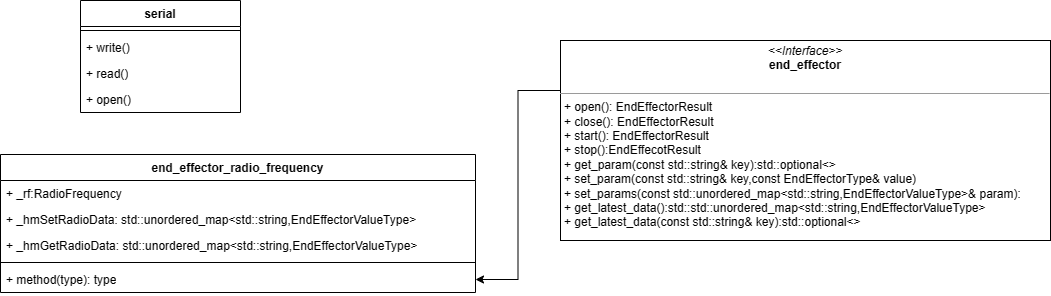
Above: 理疗/理疗头类图.drawio.png in Durpe/Drawio (draw.io), before the change. Source tidied: cells renumbered, new cells last; positions are measured from the earlier drawing's top-left corner, leaving out a move shared by most shapes. Its diagram source:
```xml
<mxGraphModel>
  <root>
    <mxCell id="0" />
    <mxCell id="1" parent="0" />
    <mxCell id="2" value="serial" style="swimlane;fontStyle=1;align=center;verticalAlign=top;horizontal=1;startSize=26;whiteSpace=wrap;html=1;" parent="1" vertex="1">
      <mxGeometry x="80" width="160" height="112" as="geometry" />
    </mxCell>
    <mxCell id="3" style="line;strokeWidth=1;fillColor=none;align=left;verticalAlign=middle;spacingTop=-1;spacingLeft=3;spacingRight=3;labelPosition=right;strokeColor=inherit;" parent="2" vertex="1">
      <mxGeometry y="26" width="160" height="8" as="geometry" />
    </mxCell>
    <mxCell id="4" value="+ write()" style="text;strokeColor=none;fillColor=none;align=left;verticalAlign=top;spacingLeft=4;spacingRight=4;overflow=hidden;whiteSpace=wrap;html=1;" parent="2" vertex="1">
      <mxGeometry y="34" width="160" height="26" as="geometry" />
    </mxCell>
    <mxCell id="5" value="+ read()" style="text;strokeColor=none;fillColor=none;align=left;verticalAlign=top;spacingLeft=4;spacingRight=4;overflow=hidden;whiteSpace=wrap;html=1;" parent="2" vertex="1">
      <mxGeometry y="60" width="160" height="26" as="geometry" />
    </mxCell>
    <mxCell id="6" value="+ open()" style="text;strokeColor=none;fillColor=none;align=left;verticalAlign=top;spacingLeft=4;spacingRight=4;overflow=hidden;whiteSpace=wrap;html=1;" parent="2" vertex="1">
      <mxGeometry y="86" width="160" height="26" as="geometry" />
    </mxCell>
    <mxCell id="7" value="end_effector_radio_frequency" style="swimlane;fontStyle=1;align=center;verticalAlign=top;horizontal=1;startSize=26;whiteSpace=wrap;html=1;" parent="1" vertex="1">
      <mxGeometry y="154" width="475" height="138" as="geometry" />
    </mxCell>
    <mxCell id="8" value="+ _rf:RadioFrequency" style="text;strokeColor=none;fillColor=none;align=left;verticalAlign=top;spacingLeft=4;spacingRight=4;overflow=hidden;whiteSpace=wrap;html=1;" parent="7" vertex="1">
      <mxGeometry y="26" width="475" height="26" as="geometry" />
    </mxCell>
    <mxCell id="9" value="+ _hmSetRadioData: std::unordered_map&amp;lt;std::string,EndEffectorValueType&amp;gt;" style="text;strokeColor=none;fillColor=none;align=left;verticalAlign=top;spacingLeft=4;spacingRight=4;overflow=hidden;whiteSpace=wrap;html=1;" parent="7" vertex="1">
      <mxGeometry y="52" width="475" height="26" as="geometry" />
    </mxCell>
    <mxCell id="10" value="+ _hmGetRadioData: std::unordered_map&amp;lt;std::string,EndEffectorValueType&amp;gt;" style="text;strokeColor=none;fillColor=none;align=left;verticalAlign=top;spacingLeft=4;spacingRight=4;overflow=hidden;whiteSpace=wrap;html=1;" parent="7" vertex="1">
      <mxGeometry y="78" width="475" height="26" as="geometry" />
    </mxCell>
    <mxCell id="11" style="line;strokeWidth=1;fillColor=none;align=left;verticalAlign=middle;spacingTop=-1;spacingLeft=3;spacingRight=3;labelPosition=right;strokeColor=inherit;" parent="7" vertex="1">
      <mxGeometry y="104" width="475" height="8" as="geometry" />
    </mxCell>
    <mxCell id="12" value="+ method(type): type" style="text;strokeColor=none;fillColor=none;align=left;verticalAlign=top;spacingLeft=4;spacingRight=4;overflow=hidden;points=[[0,0.5],[1,0.5]];portConstraint=eastwest;whiteSpace=wrap;html=1;" parent="7" vertex="1">
      <mxGeometry y="112" width="475" height="26" as="geometry" />
    </mxCell>
    <mxCell id="13" style="edgeStyle=orthogonalEdgeStyle;rounded=0;jettySize=auto;html=1;exitX=0;exitY=0.25;exitDx=0;exitDy=0;entryX=1;entryY=0.5;entryDx=0;entryDy=0;" parent="1" edge="1" source="14" target="12">
      <mxGeometry relative="1" as="geometry" />
    </mxCell>
    <mxCell id="14" value="&lt;p style=&quot;margin:0px;margin-top:4px;text-align:center;&quot;&gt;&lt;i&gt;&amp;lt;&amp;lt;Interface&amp;gt;&amp;gt;&lt;/i&gt;&lt;br&gt;&lt;b&gt;end_effector&lt;/b&gt;&lt;/p&gt;&lt;p style=&quot;margin:0px;margin-left:4px;&quot;&gt;&lt;br&gt;&lt;/p&gt;&lt;hr size=&quot;1&quot;&gt;&lt;p style=&quot;margin:0px;margin-left:4px;&quot;&gt;+ open(): EndEffectorResult&lt;br&gt;+ close(): EndEffectorResult&lt;/p&gt;&lt;p style=&quot;margin:0px;margin-left:4px;&quot;&gt;+ start(): EndEffectorResult&lt;/p&gt;&lt;p style=&quot;margin:0px;margin-left:4px;&quot;&gt;+ stop():EndEffecotResult&lt;/p&gt;&lt;p style=&quot;margin:0px;margin-left:4px;&quot;&gt;+ get_param(const std::string&amp;amp; key):std::optional&amp;lt;&amp;gt;&lt;/p&gt;&lt;p style=&quot;margin:0px;margin-left:4px;&quot;&gt;+ set_param(const std::string&amp;amp; key,const EndEffectorType&amp;amp; value)&lt;/p&gt;&lt;p style=&quot;margin:0px;margin-left:4px;&quot;&gt;+ set_params(const std::unordered_map&amp;lt;std::string,EndEffectorValueType&amp;gt;&amp;amp; param):&lt;/p&gt;&lt;p style=&quot;margin:0px;margin-left:4px;&quot;&gt;+ get_latest_data():std::std::unordered_map&amp;lt;std::string,EndEffectorValueType&amp;gt;&lt;/p&gt;&lt;p style=&quot;margin:0px;margin-left:4px;&quot;&gt;+ get_latest_data(const std::string&amp;amp; key):std::optional&amp;lt;&amp;gt;&lt;/p&gt;" style="verticalAlign=top;align=left;overflow=fill;fontSize=12;fontFamily=Helvetica;html=1;whiteSpace=wrap;" parent="1" vertex="1">
      <mxGeometry x="560" y="40" width="490" height="200" as="geometry" />
    </mxCell>
  </root>
</mxGraphModel>
```
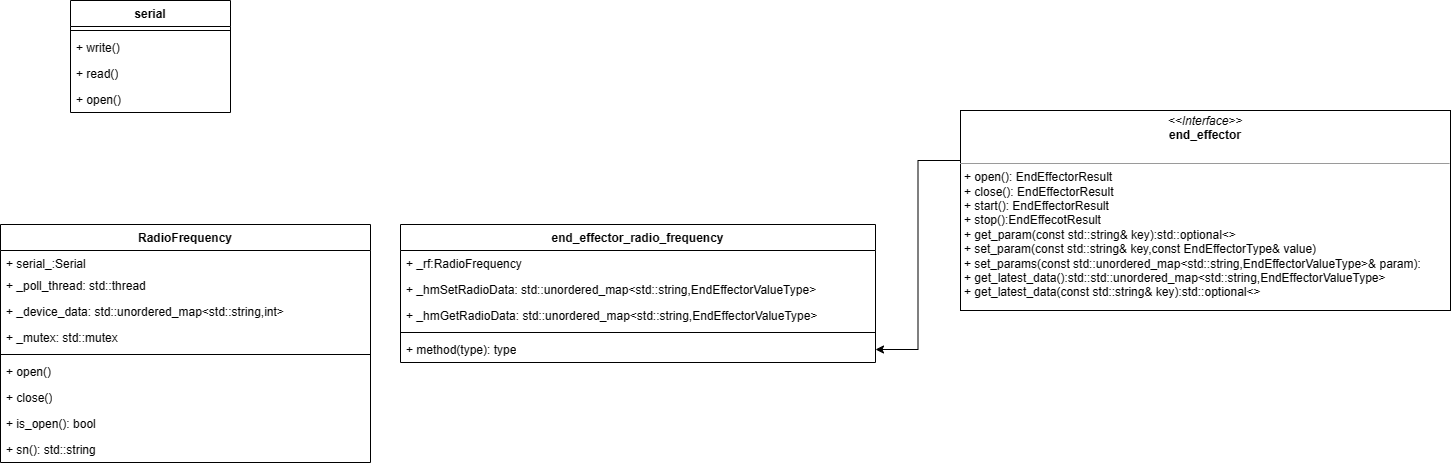
After the commit.

Commit message:
更新理疗头类图.drawio.png

Diff of the diagram source:
```diff
@@ -3,7 +3,7 @@
     <mxCell id="0" />
     <mxCell id="1" parent="0" />
     <mxCell id="2" value="serial" style="swimlane;fontStyle=1;align=center;verticalAlign=top;horizontal=1;startSize=26;whiteSpace=wrap;html=1;" parent="1" vertex="1">
-      <mxGeometry x="80" width="160" height="112" as="geometry" />
+      <mxGeometry x="-330" y="-70" width="160" height="112" as="geometry" />
     </mxCell>
     <mxCell id="3" style="line;strokeWidth=1;fillColor=none;align=left;verticalAlign=middle;spacingTop=-1;spacingLeft=3;spacingRight=3;labelPosition=right;strokeColor=inherit;" parent="2" vertex="1">
       <mxGeometry y="26" width="160" height="8" as="geometry" />
@@ -41,5 +41,35 @@
     <mxCell id="14" value="&lt;p style=&quot;margin:0px;margin-top:4px;text-align:center;&quot;&gt;&lt;i&gt;&amp;lt;&amp;lt;Interface&amp;gt;&amp;gt;&lt;/i&gt;&lt;br&gt;&lt;b&gt;end_effector&lt;/b&gt;&lt;/p&gt;&lt;p style=&quot;margin:0px;margin-left:4px;&quot;&gt;&lt;br&gt;&lt;/p&gt;&lt;hr size=&quot;1&quot;&gt;&lt;p style=&quot;margin:0px;margin-left:4px;&quot;&gt;+ open(): EndEffectorResult&lt;br&gt;+ close(): EndEffectorResult&lt;/p&gt;&lt;p style=&quot;margin:0px;margin-left:4px;&quot;&gt;+ start(): EndEffectorResult&lt;/p&gt;&lt;p style=&quot;margin:0px;margin-left:4px;&quot;&gt;+ stop():EndEffecotResult&lt;/p&gt;&lt;p style=&quot;margin:0px;margin-left:4px;&quot;&gt;+ get_param(const std::string&amp;amp; key):std::optional&amp;lt;&amp;gt;&lt;/p&gt;&lt;p style=&quot;margin:0px;margin-left:4px;&quot;&gt;+ set_param(const std::string&amp;amp; key,const EndEffectorType&amp;amp; value)&lt;/p&gt;&lt;p style=&quot;margin:0px;margin-left:4px;&quot;&gt;+ set_params(const std::unordered_map&amp;lt;std::string,EndEffectorValueType&amp;gt;&amp;amp; param):&lt;/p&gt;&lt;p style=&quot;margin:0px;margin-left:4px;&quot;&gt;+ get_latest_data():std::std::unordered_map&amp;lt;std::string,EndEffectorValueType&amp;gt;&lt;/p&gt;&lt;p style=&quot;margin:0px;margin-left:4px;&quot;&gt;+ get_latest_data(const std::string&amp;amp; key):std::optional&amp;lt;&amp;gt;&lt;/p&gt;" style="verticalAlign=top;align=left;overflow=fill;fontSize=12;fontFamily=Helvetica;html=1;whiteSpace=wrap;" parent="1" vertex="1">
       <mxGeometry x="560" y="40" width="490" height="200" as="geometry" />
     </mxCell>
+    <mxCell id="15" value="RadioFrequency" style="swimlane;fontStyle=1;align=center;verticalAlign=top;horizontal=1;startSize=26;whiteSpace=wrap;html=1;" parent="1" vertex="1">
+      <mxGeometry x="-400" y="154" width="370" height="238" as="geometry" />
+    </mxCell>
+    <mxCell id="16" value="+ serial_:Serial" style="text;strokeColor=none;fillColor=none;align=left;verticalAlign=top;spacingLeft=4;spacingRight=4;overflow=hidden;whiteSpace=wrap;html=1;" parent="15" vertex="1">
+      <mxGeometry y="26" width="370" height="22" as="geometry" />
+    </mxCell>
+    <mxCell id="17" value="+ _poll_thread: std::thread" style="text;strokeColor=none;fillColor=none;align=left;verticalAlign=top;spacingLeft=4;spacingRight=4;overflow=hidden;whiteSpace=wrap;html=1;" parent="15" vertex="1">
+      <mxGeometry y="48" width="370" height="26" as="geometry" />
+    </mxCell>
+    <mxCell id="18" value="+ _device_data: std::unordered_map&amp;lt;std::string,int&amp;gt;" style="text;strokeColor=none;fillColor=none;align=left;verticalAlign=top;spacingLeft=4;spacingRight=4;overflow=hidden;whiteSpace=wrap;html=1;" parent="15" vertex="1">
+      <mxGeometry y="74" width="370" height="26" as="geometry" />
+    </mxCell>
+    <mxCell id="19" value="+ _mutex: std::mutex" style="text;strokeColor=none;fillColor=none;align=left;verticalAlign=top;spacingLeft=4;spacingRight=4;overflow=hidden;whiteSpace=wrap;html=1;" parent="15" vertex="1">
+      <mxGeometry y="100" width="370" height="26" as="geometry" />
+    </mxCell>
+    <mxCell id="20" style="line;strokeWidth=1;fillColor=none;align=left;verticalAlign=middle;spacingTop=-1;spacingLeft=3;spacingRight=3;labelPosition=right;strokeColor=inherit;" parent="15" vertex="1">
+      <mxGeometry y="126" width="370" height="8" as="geometry" />
+    </mxCell>
+    <mxCell id="21" value="+ open()" style="text;strokeColor=none;fillColor=none;align=left;verticalAlign=top;spacingLeft=4;spacingRight=4;overflow=hidden;whiteSpace=wrap;html=1;" parent="15" vertex="1">
+      <mxGeometry y="134" width="370" height="26" as="geometry" />
+    </mxCell>
+    <mxCell id="22" value="+ close()&lt;br&gt;" style="text;strokeColor=none;fillColor=none;align=left;verticalAlign=top;spacingLeft=4;spacingRight=4;overflow=hidden;whiteSpace=wrap;html=1;" parent="15" vertex="1">
+      <mxGeometry y="160" width="370" height="26" as="geometry" />
+    </mxCell>
+    <mxCell id="23" value="+ is_open(): bool" style="text;strokeColor=none;fillColor=none;align=left;verticalAlign=top;spacingLeft=4;spacingRight=4;overflow=hidden;whiteSpace=wrap;html=1;" parent="15" vertex="1">
+      <mxGeometry y="186" width="370" height="26" as="geometry" />
+    </mxCell>
+    <mxCell id="24" value="+ sn(): std::string" style="text;strokeColor=none;fillColor=none;align=left;verticalAlign=top;spacingLeft=4;spacingRight=4;overflow=hidden;whiteSpace=wrap;html=1;" parent="15" vertex="1">
+      <mxGeometry y="212" width="370" height="26" as="geometry" />
+    </mxCell>
   </root>
 </mxGraphModel>
```
